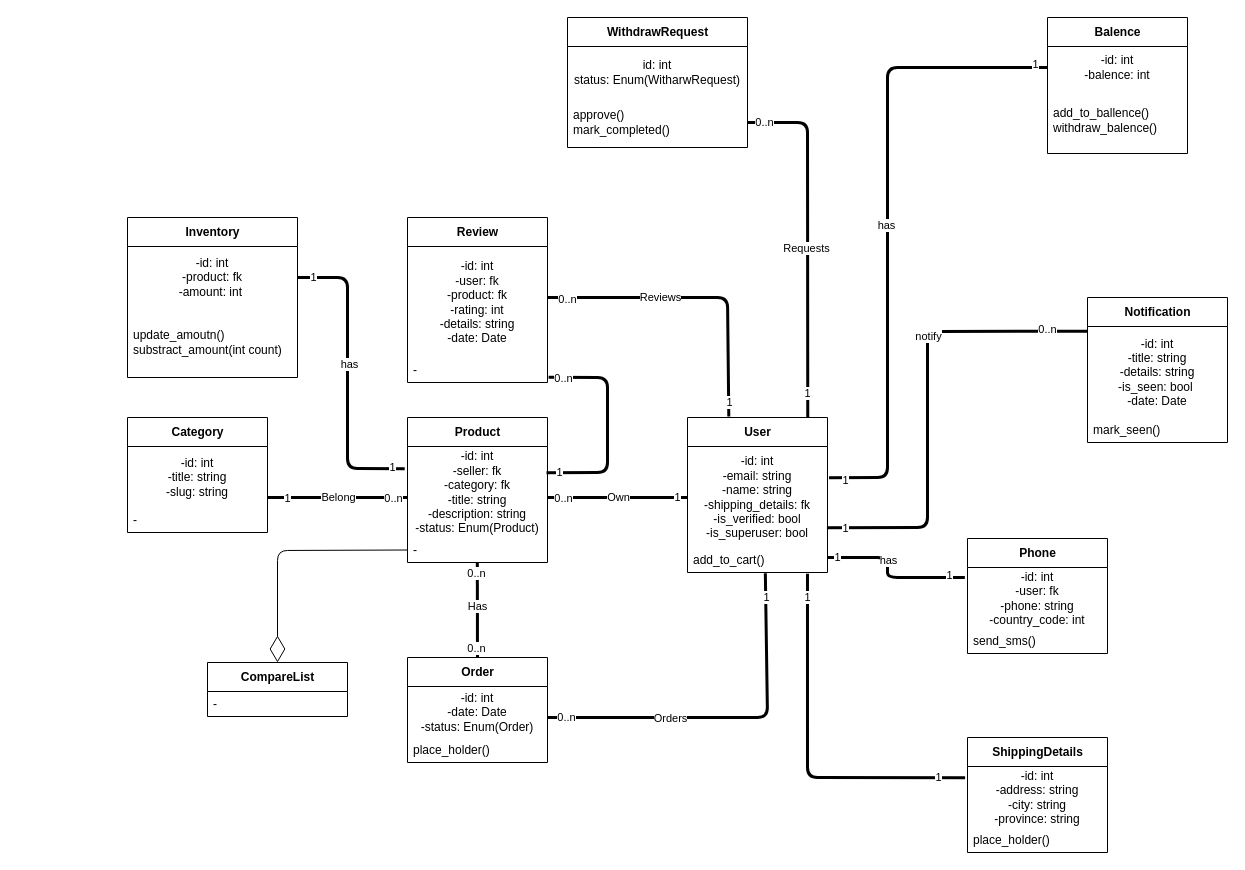
This is uml/classDiagram.drawio from zinoubm/Marketly, a draw.io file, before an edit. Source tidied: cells renumbered, new cells numbered last; positions are measured from the earlier drawing's top-left corner, leaving out a move shared by most shapes. Both pictures are drawn from the tidied source at 100%, with x=0, y=0 at pixel (127, 17).
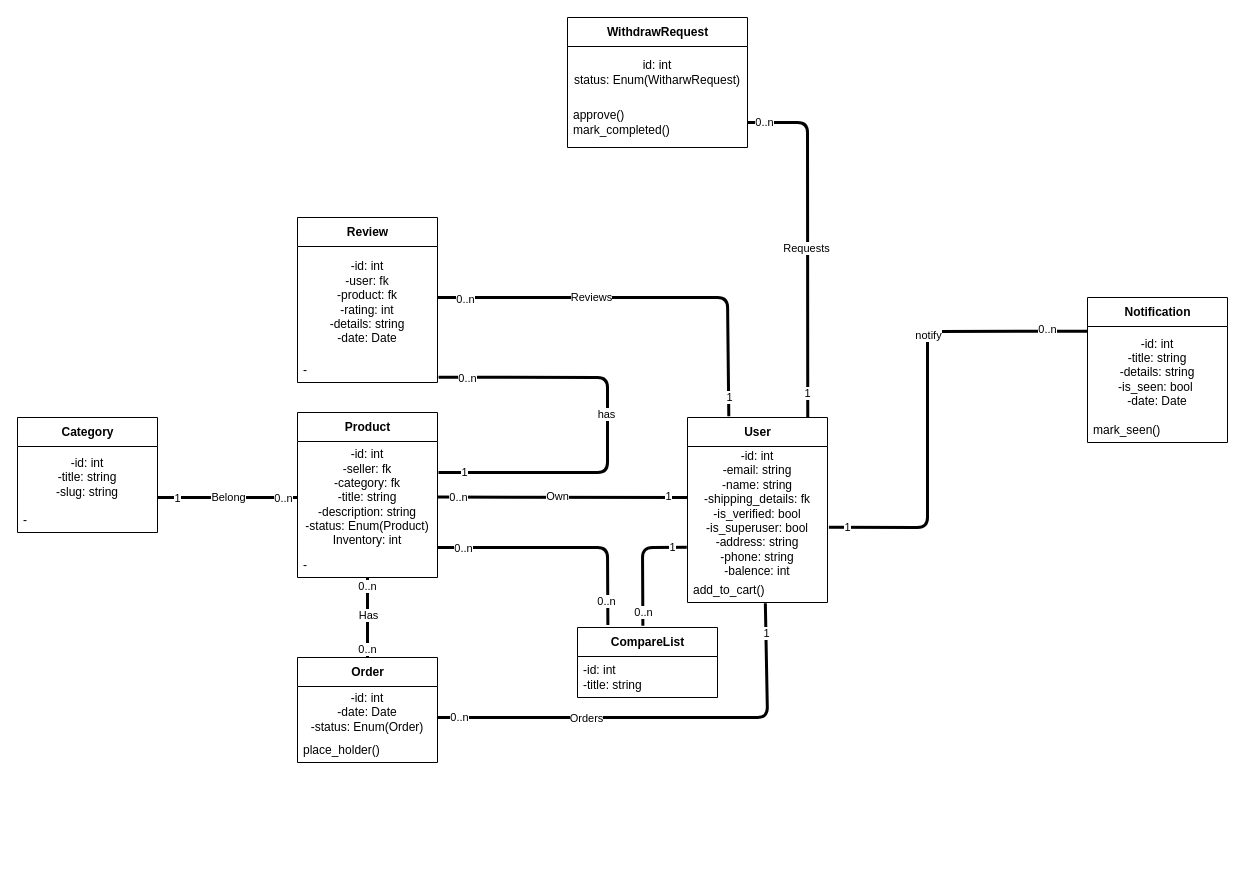
Above is the later version.

Commit message:
revising class diagram

Unchanged cells that the change refers to:
```xml
<mxCell id="13" value="-id: int&lt;br&gt;-date: Date&lt;br&gt;-status: Enum(Order)" style="text;html=1;strokeColor=none;fillColor=none;align=center;verticalAlign=middle;spacingLeft=4;spacingRight=4;overflow=hidden;points=[[0,0.5],[1,0.5]];portConstraint=eastwest;" parent="12" vertex="1">
  <mxGeometry y="29" width="140" height="51" as="geometry" />
</mxCell>
<mxCell id="34" value="-id: int&lt;br&gt;-title: string&lt;br&gt;-details: string&lt;br&gt;-is_seen: bool&amp;nbsp;&lt;br&gt;-date: Date" style="text;html=1;strokeColor=none;fillColor=none;align=center;verticalAlign=middle;spacingLeft=4;spacingRight=4;overflow=hidden;points=[[0,0.5],[1,0.5]];portConstraint=eastwest;" parent="33" vertex="1">
  <mxGeometry y="29" width="140" height="91" as="geometry" />
</mxCell>
<mxCell id="62" value="-" style="text;html=1;strokeColor=none;fillColor=none;align=left;verticalAlign=middle;spacingLeft=4;spacingRight=4;overflow=hidden;points=[[0,0.5],[1,0.5]];portConstraint=eastwest;" parent="60" vertex="1">
  <mxGeometry y="140" width="140" height="25" as="geometry" />
</mxCell>
```

Diff of the diagram source:
```diff
@@
     <mxCell id="2" value="User" style="swimlane;fontStyle=1;align=center;verticalAlign=middle;horizontal=1;startSize=29;html=1;" parent="1" vertex="1">
-      <mxGeometry x="560" y="400" width="140" height="155" as="geometry" />
+      <mxGeometry x="560" y="400" width="140" height="185" as="geometry" />
     </mxCell>
-    <mxCell id="3" value="-id: int&lt;br&gt;-email: string&lt;br&gt;-name: string&lt;br&gt;-shipping_details: fk&lt;br&gt;-is_verified: bool&lt;br&gt;-is_superuser: bool" style="text;html=1;strokeColor=none;fillColor=none;align=center;verticalAlign=middle;spacingLeft=4;spacingRight=4;overflow=hidden;points=[[0,0.5],[1,0.5]];portConstraint=eastwest;" parent="2" vertex="1">
-      <mxGeometry y="29" width="140" height="101" as="geometry" />
+    <mxCell id="3" value="-id: int&lt;br&gt;-email: string&lt;br&gt;-name: string&lt;br&gt;-shipping_details: fk&lt;br&gt;-is_verified: bool&lt;br&gt;-is_superuser: bool&lt;br&gt;-address: string&lt;br&gt;-phone: string&lt;br&gt;-balence: int" style="text;html=1;strokeColor=none;fillColor=none;align=center;verticalAlign=middle;spacingLeft=4;spacingRight=4;overflow=hidden;points=[[0,0.5],[1,0.5]];portConstraint=eastwest;" parent="2" vertex="1">
+      <mxGeometry y="29" width="140" height="131" as="geometry" />
     </mxCell>
     <mxCell id="4" value="add_to_cart()" style="text;html=1;strokeColor=none;fillColor=none;align=left;verticalAlign=middle;spacingLeft=4;spacingRight=4;overflow=hidden;points=[[0,0.5],[1,0.5]];portConstraint=eastwest;" parent="2" vertex="1">
-      <mxGeometry y="130" width="140" height="25" as="geometry" />
+      <mxGeometry y="160" width="140" height="25" as="geometry" />
     </mxCell>
     <mxCell id="5" value="Product" style="swimlane;fontStyle=1;align=center;verticalAlign=middle;horizontal=1;startSize=29;html=1;" parent="1" vertex="1">
-      <mxGeometry x="280" y="400" width="140" height="145" as="geometry" />
+      <mxGeometry x="170" y="395" width="140" height="165" as="geometry" />
     </mxCell>
-    <mxCell id="6" value="-id: int&lt;br&gt;-seller: fk&lt;br&gt;-category: fk&lt;br&gt;-title: string&lt;br&gt;-description: string&lt;br&gt;-status: Enum(Product)" style="text;html=1;strokeColor=none;fillColor=none;align=center;verticalAlign=middle;spacingLeft=4;spacingRight=4;overflow=hidden;points=[[0,0.5],[1,0.5]];portConstraint=eastwest;" parent="5" vertex="1">
-      <mxGeometry y="29" width="140" height="91" as="geometry" />
+    <mxCell id="6" value="-id: int&lt;br&gt;-seller: fk&lt;br&gt;-category: fk&lt;br&gt;-title: string&lt;br&gt;-description: string&lt;br&gt;-status: Enum(Product)&lt;br&gt;Inventory: int" style="text;html=1;strokeColor=none;fillColor=none;align=center;verticalAlign=middle;spacingLeft=4;spacingRight=4;overflow=hidden;points=[[0,0.5],[1,0.5]];portConstraint=eastwest;" parent="5" vertex="1">
+      <mxGeometry y="29" width="140" height="111" as="geometry" />
     </mxCell>
     <mxCell id="7" value="-" style="text;html=1;strokeColor=none;fillColor=none;align=left;verticalAlign=middle;spacingLeft=4;spacingRight=4;overflow=hidden;points=[[0,0.5],[1,0.5]];portConstraint=eastwest;" parent="5" vertex="1">
-      <mxGeometry y="120" width="140" height="25" as="geometry" />
+      <mxGeometry y="140" width="140" height="25" as="geometry" />
     </mxCell>
-    <mxCell id="8" style="endArrow=none;startArrow=none;endFill=0;startFill=0;endSize=8;html=1;verticalAlign=bottom;labelBackgroundColor=none;strokeWidth=3;" parent="1" edge="1">
+    <mxCell id="8" style="endArrow=none;startArrow=none;endFill=0;startFill=0;endSize=8;html=1;verticalAlign=bottom;labelBackgroundColor=none;strokeWidth=3;exitX=1;exitY=0.5;exitDx=0;exitDy=0;" parent="1" edge="1" source="6">
       <mxGeometry relative="1" as="geometry">
-        <mxPoint x="420" y="480" as="sourcePoint" />
         <mxPoint x="560" y="480" as="targetPoint" />
       </mxGeometry>
     </mxCell>
@@
     <mxCell id="12" value="Order" style="swimlane;fontStyle=1;align=center;verticalAlign=middle;horizontal=1;startSize=29;html=1;" parent="1" vertex="1">
-      <mxGeometry x="280" y="640" width="140" height="105" as="geometry" />
+      <mxGeometry x="170" y="640" width="140" height="105" as="geometry" />
     </mxCell>
@@
     <mxCell id="15" style="endArrow=none;startArrow=none;endFill=0;startFill=0;endSize=8;html=1;verticalAlign=bottom;labelBackgroundColor=none;strokeWidth=3;" parent="1" edge="1">
       <mxGeometry relative="1" as="geometry">
-        <mxPoint x="349.8" y="545" as="sourcePoint" />
-        <mxPoint x="350" y="640" as="targetPoint" />
+        <mxPoint x="240" y="560" as="sourcePoint" />
+        <mxPoint x="240" y="640" as="targetPoint" />
       </mxGeometry>
     </mxCell>
@@
-    <mxCell id="19" style="endArrow=none;startArrow=none;endFill=0;startFill=0;endSize=8;html=1;verticalAlign=bottom;labelBackgroundColor=none;strokeWidth=3;entryX=0.556;entryY=1.031;entryDx=0;entryDy=0;entryPerimeter=0;" parent="1" edge="1" target="4">
+    <mxCell id="19" style="endArrow=none;startArrow=none;endFill=0;startFill=0;endSize=8;html=1;verticalAlign=bottom;labelBackgroundColor=none;strokeWidth=3;entryX=0.556;entryY=1.031;entryDx=0;entryDy=0;entryPerimeter=0;exitX=1;exitY=0.608;exitDx=0;exitDy=0;exitPerimeter=0;" parent="1" edge="1" source="13" target="4">
       <mxGeometry relative="1" as="geometry">
-        <mxPoint x="420" y="700" as="sourcePoint" />
         <Array as="points">
           <mxPoint x="640" y="700" />
         </Array>
       </mxGeometry>
     </mxCell>
@@
     <mxCell id="23" value="Category" style="swimlane;fontStyle=1;align=center;verticalAlign=middle;horizontal=1;startSize=29;html=1;" parent="1" vertex="1">
-      <mxGeometry y="400" width="140" height="115" as="geometry" />
+      <mxGeometry x="-110" y="400" width="140" height="115" as="geometry" />
     </mxCell>
@@
     <mxCell id="26" style="endArrow=none;startArrow=none;endFill=0;startFill=0;endSize=8;html=1;verticalAlign=bottom;labelBackgroundColor=none;strokeWidth=3;" parent="1" edge="1">
       <mxGeometry relative="1" as="geometry">
-        <mxPoint x="140" y="480" as="sourcePoint" />
-        <mxPoint x="280" y="480" as="targetPoint" />
+        <mxPoint x="30" y="480" as="sourcePoint" />
+        <mxPoint x="170" y="480" as="targetPoint" />
       </mxGeometry>
     </mxCell>
@@
     <mxCell id="30" value="CompareList" style="swimlane;fontStyle=1;align=center;verticalAlign=middle;horizontal=1;startSize=29;html=1;" parent="1" vertex="1">
-      <mxGeometry x="80" y="645" width="140" height="54" as="geometry" />
+      <mxGeometry x="450" y="610" width="140" height="70" as="geometry" />
     </mxCell>
-    <mxCell id="31" style="endArrow=diamondThin;endFill=0;endSize=24;html=1;exitX=0;exitY=0.5;exitDx=0;exitDy=0;" parent="30" edge="1" source="7">
-      <mxGeometry relative="1" as="geometry">
-        <mxPoint x="70" as="targetPoint" />
-        <Array as="points">
-          <mxPoint x="70" y="-112" />
-        </Array>
-      </mxGeometry>
-    </mxCell>
-    <mxCell id="32" value="-" style="text;html=1;strokeColor=none;fillColor=none;align=left;verticalAlign=middle;spacingLeft=4;spacingRight=4;overflow=hidden;" parent="30" vertex="1">
-      <mxGeometry y="29" width="140" height="25" as="geometry" />
+    <mxCell id="32" value="-id: int&lt;br&gt;-title: string" style="text;html=1;strokeColor=none;fillColor=none;align=left;verticalAlign=middle;spacingLeft=4;spacingRight=4;overflow=hidden;" parent="30" vertex="1">
+      <mxGeometry y="29" width="140" height="41" as="geometry" />
     </mxCell>
@@
-    <mxCell id="36" value="Phone" style="swimlane;fontStyle=1;align=center;verticalAlign=middle;horizontal=1;startSize=29;html=1;" parent="1" vertex="1">
-      <mxGeometry x="840" y="521" width="140" height="115" as="geometry" />
-    </mxCell>
-    <mxCell id="37" value="-id: int&lt;br&gt;-user: fk&lt;br&gt;-phone: string&lt;br&gt;-country_code: int" style="text;html=1;strokeColor=none;fillColor=none;align=center;verticalAlign=middle;spacingLeft=4;spacingRight=4;overflow=hidden;points=[[0,0.5],[1,0.5]];portConstraint=eastwest;" parent="36" vertex="1">
-      <mxGeometry y="29" width="140" height="61" as="geometry" />
-    </mxCell>
-    <mxCell id="38" value="send_sms()" style="text;html=1;strokeColor=none;fillColor=none;align=left;verticalAlign=middle;spacingLeft=4;spacingRight=4;overflow=hidden;" parent="36" vertex="1">
-      <mxGeometry y="90" width="140" height="25" as="geometry" />
-    </mxCell>
-    <mxCell id="39" value="ShippingDetails" style="swimlane;fontStyle=1;align=center;verticalAlign=middle;horizontal=1;startSize=29;html=1;" parent="1" vertex="1">
-      <mxGeometry x="840" y="720" width="140" height="115" as="geometry" />
-    </mxCell>
-    <mxCell id="40" value="-id: int&lt;br&gt;-address: string&lt;br&gt;-city: string&lt;br&gt;-province: string" style="text;html=1;strokeColor=none;fillColor=none;align=center;verticalAlign=middle;spacingLeft=4;spacingRight=4;overflow=hidden;points=[[0,0.5],[1,0.5]];portConstraint=eastwest;" parent="39" vertex="1">
-      <mxGeometry y="29" width="140" height="61" as="geometry" />
-    </mxCell>
-    <mxCell id="41" value="place_holder()" style="text;html=1;strokeColor=none;fillColor=none;align=left;verticalAlign=middle;spacingLeft=4;spacingRight=4;overflow=hidden;" parent="39" vertex="1">
-      <mxGeometry y="90" width="140" height="25" as="geometry" />
-    </mxCell>
-    <mxCell id="42" style="endArrow=none;startArrow=none;endFill=0;startFill=0;endSize=8;html=1;verticalAlign=bottom;labelBackgroundColor=none;strokeWidth=3;exitX=0.996;exitY=0.805;exitDx=0;exitDy=0;exitPerimeter=0;entryX=0.002;entryY=0.051;entryDx=0;entryDy=0;entryPerimeter=0;" parent="1" edge="1" source="3" target="34">
+    <mxCell id="42" style="endArrow=none;startArrow=none;endFill=0;startFill=0;endSize=8;html=1;verticalAlign=bottom;labelBackgroundColor=none;strokeWidth=3;exitX=1.01;exitY=0.617;exitDx=0;exitDy=0;exitPerimeter=0;entryX=0.002;entryY=0.051;entryDx=0;entryDy=0;entryPerimeter=0;" parent="1" edge="1" source="3" target="34">
       <mxGeometry relative="1" as="geometry">
         <Array as="points">
           <mxPoint x="800" y="510" />
           <mxPoint x="800" y="314" />
         </Array>
       </mxGeometry>
     </mxCell>
@@
-    <mxCell id="46" style="endArrow=none;startArrow=none;endFill=0;startFill=0;endSize=8;html=1;verticalAlign=bottom;labelBackgroundColor=none;strokeWidth=3;entryX=-0.019;entryY=0.162;entryDx=0;entryDy=0;entryPerimeter=0;" parent="1" edge="1" target="37">
-      <mxGeometry relative="1" as="geometry">
-        <mxPoint x="700" y="540" as="sourcePoint" />
-        <Array as="points">
-          <mxPoint x="760" y="540" />
-          <mxPoint x="760" y="560" />
-        </Array>
-      </mxGeometry>
-    </mxCell>
-    <mxCell id="47" value="1" style="edgeLabel;html=1;align=center;verticalAlign=middle;" parent="46" vertex="1">
-      <mxGeometry x="0.8" y="2" relative="1" as="geometry" />
-    </mxCell>
-    <mxCell id="48" value="1" style="edgeLabel;html=1;align=center;verticalAlign=middle;" parent="46" vertex="1">
-      <mxGeometry x="-0.89" y="1" relative="1" as="geometry" />
-    </mxCell>
-    <mxCell id="49" value="has" style="edgeLabel;html=1;align=center;verticalAlign=middle;" parent="46" vertex="1">
-      <mxGeometry x="-0.21" relative="1" as="geometry" />
-    </mxCell>
-    <mxCell id="50" style="endArrow=none;startArrow=none;endFill=0;startFill=0;endSize=8;html=1;verticalAlign=bottom;labelBackgroundColor=none;strokeWidth=3;exitX=0.857;exitY=1.045;exitDx=0;exitDy=0;exitPerimeter=0;entryX=-0.017;entryY=0.185;entryDx=0;entryDy=0;entryPerimeter=0;" parent="1" edge="1" source="4" target="40">
-      <mxGeometry relative="1" as="geometry">
-        <Array as="points">
-          <mxPoint x="680" y="760" />
-        </Array>
-      </mxGeometry>
-    </mxCell>
-    <mxCell id="51" value="1" style="edgeLabel;html=1;align=center;verticalAlign=middle;" parent="50" vertex="1">
-      <mxGeometry x="-0.87" relative="1" as="geometry" />
-    </mxCell>
-    <mxCell id="52" value="1" style="edgeLabel;html=1;align=center;verticalAlign=middle;" parent="50" vertex="1">
-      <mxGeometry x="0.85" y="1" relative="1" as="geometry" />
-    </mxCell>
-    <mxCell id="53" value="Inventory" style="swimlane;fontStyle=1;align=center;verticalAlign=middle;horizontal=1;startSize=29;html=1;" parent="1" vertex="1">
-      <mxGeometry y="200" width="170" height="160" as="geometry" />
-    </mxCell>
-    <mxCell id="54" value="-id: int&lt;br&gt;-product: fk&lt;br&gt;-amount: int&amp;nbsp;" style="text;html=1;strokeColor=none;fillColor=none;align=center;verticalAlign=middle;spacingLeft=4;spacingRight=4;overflow=hidden;" parent="53" vertex="1">
-      <mxGeometry y="29" width="170" height="61" as="geometry" />
-    </mxCell>
-    <mxCell id="55" value="update_amoutn()&lt;br&gt;substract_amount(int count)" style="text;html=1;strokeColor=none;fillColor=none;align=left;verticalAlign=middle;spacingLeft=4;spacingRight=4;overflow=hidden;" parent="53" vertex="1">
-      <mxGeometry y="90" width="170" height="70" as="geometry" />
-    </mxCell>
-    <mxCell id="56" style="endArrow=none;startArrow=none;endFill=0;startFill=0;endSize=8;html=1;verticalAlign=bottom;labelBackgroundColor=none;strokeWidth=3;entryX=-0.02;entryY=0.245;entryDx=0;entryDy=0;entryPerimeter=0;" parent="1" edge="1" target="6">
-      <mxGeometry relative="1" as="geometry">
-        <mxPoint x="170" y="260" as="sourcePoint" />
-        <Array as="points">
-          <mxPoint x="220" y="260" />
-          <mxPoint x="220" y="451" />
-        </Array>
-      </mxGeometry>
-    </mxCell>
-    <mxCell id="57" value="1" style="edgeLabel;html=1;align=center;verticalAlign=middle;" parent="56" vertex="1">
-      <mxGeometry x="-0.9" y="1" relative="1" as="geometry" />
-    </mxCell>
-    <mxCell id="58" value="1" style="edgeLabel;html=1;align=center;verticalAlign=middle;" parent="56" vertex="1">
-      <mxGeometry x="0.91" y="2" relative="1" as="geometry" />
-    </mxCell>
-    <mxCell id="59" value="has" style="edgeLabel;html=1;align=center;verticalAlign=middle;" parent="56" vertex="1">
-      <mxGeometry x="-0.09" y="1" relative="1" as="geometry" />
-    </mxCell>
     <mxCell id="60" value="Review" style="swimlane;fontStyle=1;align=center;verticalAlign=middle;horizontal=1;startSize=29;html=1;" parent="1" vertex="1">
-      <mxGeometry x="280" y="200" width="140" height="165" as="geometry" />
+      <mxGeometry x="170" y="200" width="140" height="165" as="geometry" />
     </mxCell>
@@
-    <mxCell id="63" style="endArrow=none;startArrow=none;endFill=0;startFill=0;endSize=8;html=1;verticalAlign=bottom;labelBackgroundColor=none;strokeWidth=3;entryX=0.993;entryY=0.289;entryDx=0;entryDy=0;entryPerimeter=0;exitX=1.008;exitY=0.791;exitDx=0;exitDy=0;exitPerimeter=0;" parent="1" edge="1" source="62" target="6">
+    <mxCell id="63" style="endArrow=none;startArrow=none;endFill=0;startFill=0;endSize=8;html=1;verticalAlign=bottom;labelBackgroundColor=none;strokeWidth=3;exitX=1.008;exitY=0.791;exitDx=0;exitDy=0;exitPerimeter=0;" parent="1" edge="1" source="62">
       <mxGeometry relative="1" as="geometry">
+        <mxPoint x="311" y="455" as="targetPoint" />
         <Array as="points">
           <mxPoint x="480" y="360" />
           <mxPoint x="480" y="455" />
         </Array>
       </mxGeometry>
     </mxCell>
@@
+    <mxCell id="84" value="has" style="edgeLabel;html=1;align=center;verticalAlign=middle;" parent="63" vertex="1">
+      <mxGeometry x="-0.05" y="-2" relative="1" as="geometry">
+        <mxPoint y="-1" as="offset" />
+      </mxGeometry>
+    </mxCell>
     <mxCell id="66" style="endArrow=none;startArrow=none;endFill=0;startFill=0;endSize=8;html=1;verticalAlign=bottom;labelBackgroundColor=none;strokeWidth=3;entryX=0.295;entryY=-0.007;entryDx=0;entryDy=0;entryPerimeter=0;" parent="1" edge="1" target="2">
       <mxGeometry relative="1" as="geometry">
-        <mxPoint x="420" y="280" as="sourcePoint" />
+        <mxPoint x="310" y="280" as="sourcePoint" />
         <Array as="points">
           <mxPoint x="600" y="280" />
         </Array>
       </mxGeometry>
     </mxCell>
@@
-    <mxCell id="70" value="Balence" style="swimlane;fontStyle=1;align=center;verticalAlign=middle;horizontal=1;startSize=29;html=1;" parent="1" vertex="1">
-      <mxGeometry x="920" width="140" height="136" as="geometry" />
-    </mxCell>
-    <mxCell id="71" value="-id: int&lt;br&gt;-balence: int" style="text;html=1;strokeColor=none;fillColor=none;align=center;verticalAlign=middle;spacingLeft=4;spacingRight=4;overflow=hidden;" parent="70" vertex="1">
-      <mxGeometry y="29" width="140" height="41" as="geometry" />
-    </mxCell>
-    <mxCell id="72" value="add_to_ballence()&lt;br&gt;withdraw_balence()" style="text;html=1;strokeColor=none;fillColor=none;align=left;verticalAlign=middle;spacingLeft=4;spacingRight=4;overflow=hidden;" parent="70" vertex="1">
-      <mxGeometry y="70" width="140" height="66" as="geometry" />
-    </mxCell>
@@
-    <mxCell id="80" style="endArrow=none;startArrow=none;endFill=0;startFill=0;endSize=8;html=1;verticalAlign=bottom;labelBackgroundColor=none;strokeWidth=3;exitX=1.011;exitY=0.31;exitDx=0;exitDy=0;exitPerimeter=0;" parent="1" edge="1" source="3">
-      <mxGeometry relative="1" as="geometry">
-        <mxPoint x="920" y="50" as="targetPoint" />
-        <Array as="points">
-          <mxPoint x="760" y="460" />
-          <mxPoint x="760" y="50" />
-        </Array>
-      </mxGeometry>
-    </mxCell>
-    <mxCell id="81" value="has" style="edgeLabel;html=1;align=center;verticalAlign=middle;" parent="80" vertex="1">
-      <mxGeometry x="-0.01" y="2" relative="1" as="geometry" />
-    </mxCell>
-    <mxCell id="82" value="1" style="edgeLabel;html=1;align=center;verticalAlign=middle;" parent="80" vertex="1">
-      <mxGeometry x="-0.95" y="-2" relative="1" as="geometry" />
-    </mxCell>
-    <mxCell id="83" value="1" style="edgeLabel;html=1;align=center;verticalAlign=middle;" parent="80" vertex="1">
-      <mxGeometry x="0.96" y="4" relative="1" as="geometry" />
+    <mxCell id="83" style="endArrow=none;startArrow=none;endFill=0;startFill=0;endSize=8;html=1;verticalAlign=bottom;labelBackgroundColor=none;strokeWidth=3;entryX=0.217;entryY=-0.037;entryDx=0;entryDy=0;entryPerimeter=0;exitX=1;exitY=0.955;exitDx=0;exitDy=0;exitPerimeter=0;" parent="1" edge="1" source="6" target="30">
+      <mxGeometry relative="1" as="geometry">
+        <Array as="points">
+          <mxPoint x="480" y="530" />
+        </Array>
+      </mxGeometry>
     </mxCell>
+    <mxCell id="85" value="0..n" style="edgeLabel;html=1;align=center;verticalAlign=middle;" parent="83" vertex="1">
+      <mxGeometry x="0.8" y="-2" relative="1" as="geometry" />
+    </mxCell>
+    <mxCell id="86" value="0..n" style="edgeLabel;html=1;align=center;verticalAlign=middle;" parent="83" vertex="1">
+      <mxGeometry x="-0.79" relative="1" as="geometry" />
+    </mxCell>
+    <mxCell id="87" style="endArrow=none;startArrow=none;endFill=0;startFill=0;endSize=8;html=1;verticalAlign=bottom;labelBackgroundColor=none;strokeWidth=3;exitX=0.467;exitY=-0.024;exitDx=0;exitDy=0;exitPerimeter=0;entryX=-0.005;entryY=0.77;entryDx=0;entryDy=0;entryPerimeter=0;" parent="1" edge="1" source="30" target="3">
+      <mxGeometry relative="1" as="geometry">
+        <Array as="points">
+          <mxPoint x="515" y="530" />
+        </Array>
+      </mxGeometry>
+    </mxCell>
+    <mxCell id="88" value="1" style="edgeLabel;html=1;align=center;verticalAlign=middle;" parent="87" vertex="1">
+      <mxGeometry x="0.76" relative="1" as="geometry" />
+    </mxCell>
+    <mxCell id="89" value="0..n" style="edgeLabel;html=1;align=center;verticalAlign=middle;" parent="87" vertex="1">
+      <mxGeometry x="-0.78" relative="1" as="geometry">
+        <mxPoint y="-1" as="offset" />
+      </mxGeometry>
+    </mxCell>
```
